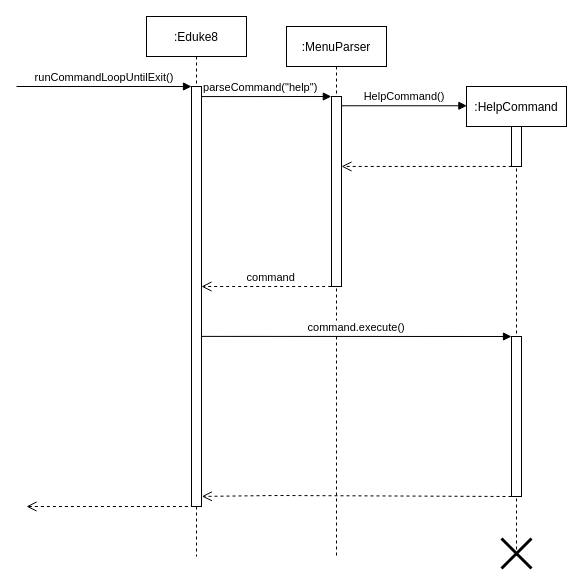
The draw.io diagram docs/diagrams/Parser_Sample_Sequence_.drawio in nus-cs2113-AY2021S1/tp, before the edit. Source tidied: cells renumbered, new cells numbered last; positions are measured from the earlier drawing's top-left corner, leaving out a move shared by most shapes. Both pictures are drawn from the tidied source at 100%, with x=0, y=0 at pixel (16, 16).
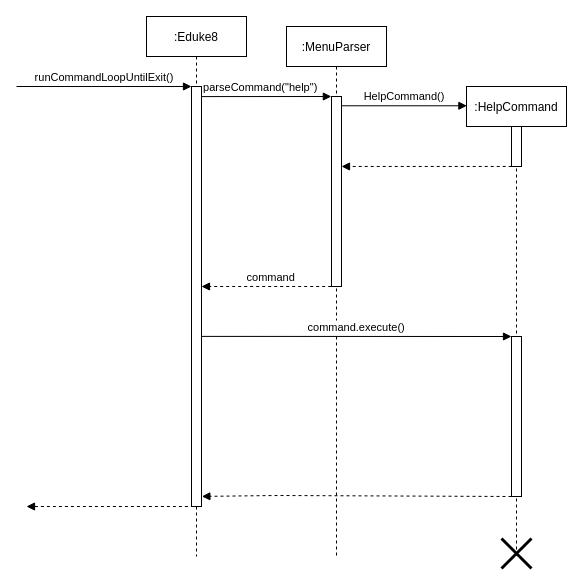
The same diagram, later.

Commit message (it also covers changes not shown here):
Edit DG for Parser diagram

The change refers to these unchanged cells:
```xml
<mxCell id="3" style="points=[];perimeter=orthogonalPerimeter;rounded=0;shadow=0;strokeWidth=1;" parent="2" vertex="1">
  <mxGeometry x="45" y="70" width="10" height="190" as="geometry" />
</mxCell>
<mxCell id="5" style="points=[];perimeter=orthogonalPerimeter;rounded=0;shadow=0;strokeWidth=1;" parent="4" vertex="1">
  <mxGeometry x="45" y="40" width="10" height="40" as="geometry" />
</mxCell>
<mxCell id="12" style="points=[];perimeter=orthogonalPerimeter;rounded=0;shadow=0;strokeWidth=1;" parent="11" vertex="1">
  <mxGeometry x="45" y="70" width="10" height="420" as="geometry" />
</mxCell>
```

Diff of the diagram source:
```diff
@@
-    <mxCell id="8" value="command" style="verticalAlign=bottom;endArrow=open;dashed=1;endSize=8;shadow=0;strokeWidth=1;exitX=-0.03;exitY=1;exitDx=0;exitDy=0;exitPerimeter=0;" parent="1" edge="1" source="3">
+    <mxCell id="8" value="command" style="verticalAlign=bottom;endArrow=block;dashed=1;endSize=6;shadow=0;strokeWidth=1;exitX=-0.03;exitY=1;exitDx=0;exitDy=0;exitPerimeter=0;endFill=1;" parent="1" edge="1" source="3">
       <mxGeometry x="-0.08" relative="1" as="geometry">
         <mxPoint x="185" y="270" as="targetPoint" />
       </mxGeometry>
     </mxCell>
-    <mxCell id="9" style="verticalAlign=bottom;endArrow=open;dashed=1;endSize=8;shadow=0;strokeWidth=1;exitX=0.023;exitY=0.999;exitDx=0;exitDy=0;exitPerimeter=0;" parent="1" edge="1" source="5" target="3">
+    <mxCell id="9" style="verticalAlign=bottom;endArrow=block;dashed=1;endSize=6;shadow=0;strokeWidth=1;exitX=0.023;exitY=0.999;exitDx=0;exitDy=0;exitPerimeter=0;endFill=1;" parent="1" edge="1" source="5" target="3">
       <mxGeometry x="-0.23" y="-24" relative="1" as="geometry" />
     </mxCell>
@@
-    <mxCell id="16" style="verticalAlign=bottom;endArrow=open;dashed=1;endSize=8;shadow=0;strokeWidth=1;entryX=1.038;entryY=0.976;entryDx=0;entryDy=0;entryPerimeter=0;" parent="1" edge="1" target="12">
+    <mxCell id="16" style="verticalAlign=bottom;endArrow=block;dashed=1;endSize=6;shadow=0;strokeWidth=1;entryX=1.038;entryY=0.976;entryDx=0;entryDy=0;entryPerimeter=0;endFill=1;" parent="1" edge="1" target="12">
       <mxGeometry x="-0.23" y="-24" relative="1" as="geometry">
         <mxPoint x="495" y="480" as="sourcePoint" />
         <Array as="points">
           <mxPoint x="260" y="479" />
         </Array>
       </mxGeometry>
     </mxCell>
-    <mxCell id="17" style="verticalAlign=bottom;endArrow=open;dashed=1;endSize=8;shadow=0;strokeWidth=1;exitX=0.34;exitY=1.005;exitDx=0;exitDy=0;exitPerimeter=0;" parent="1" edge="1">
+    <mxCell id="17" style="verticalAlign=bottom;endArrow=block;dashed=1;endSize=6;shadow=0;strokeWidth=1;exitX=0.34;exitY=1.005;exitDx=0;exitDy=0;exitPerimeter=0;endFill=1;" parent="1" edge="1">
       <mxGeometry x="-0.23" y="-24" relative="1" as="geometry">
         <mxPoint x="183.4" y="490" as="sourcePoint" />
         <mxPoint x="10" y="490" as="targetPoint" />
       </mxGeometry>
     </mxCell>
```
